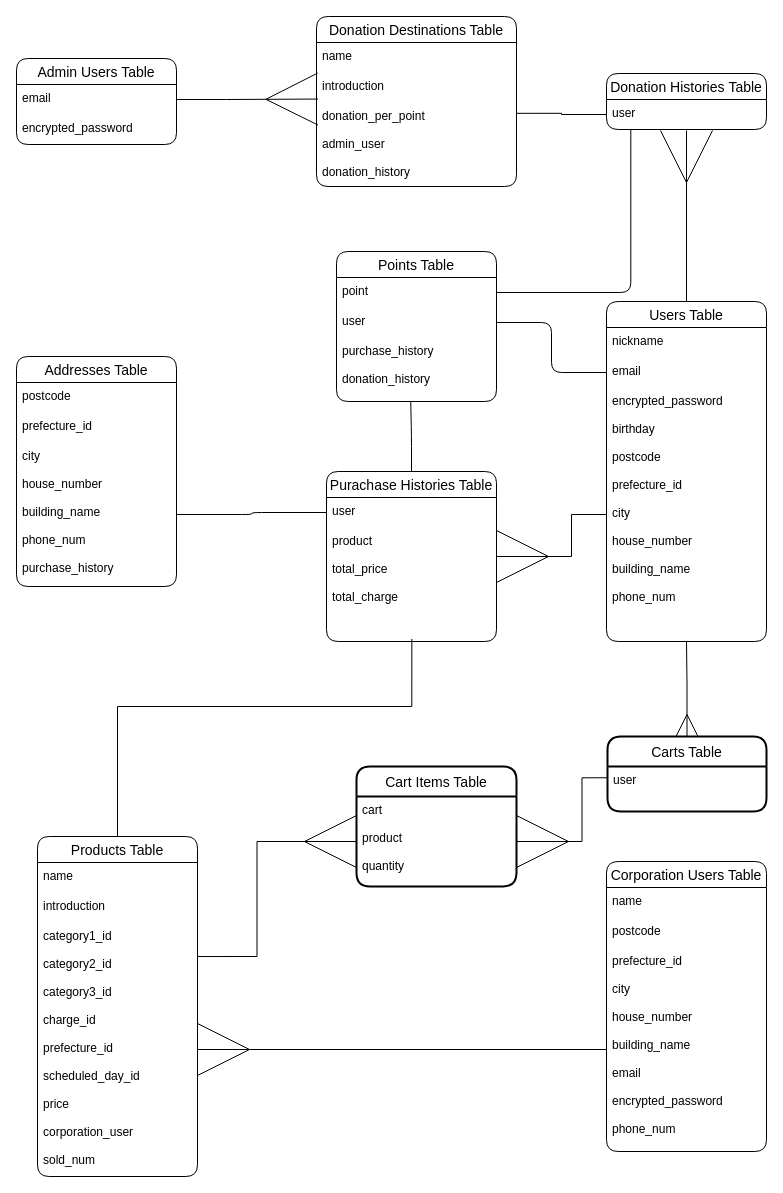
nishipee/sc_app keeps this draw.io diagram as sc.dio. Above is the earlier version. Source tidied: cells renumbered, new cells numbered last; positions are measured from the earlier drawing's top-left corner, leaving out a move shared by most shapes. Both pictures are drawn from the tidied source at 100%, with x=0, y=0 at pixel (16, 16).
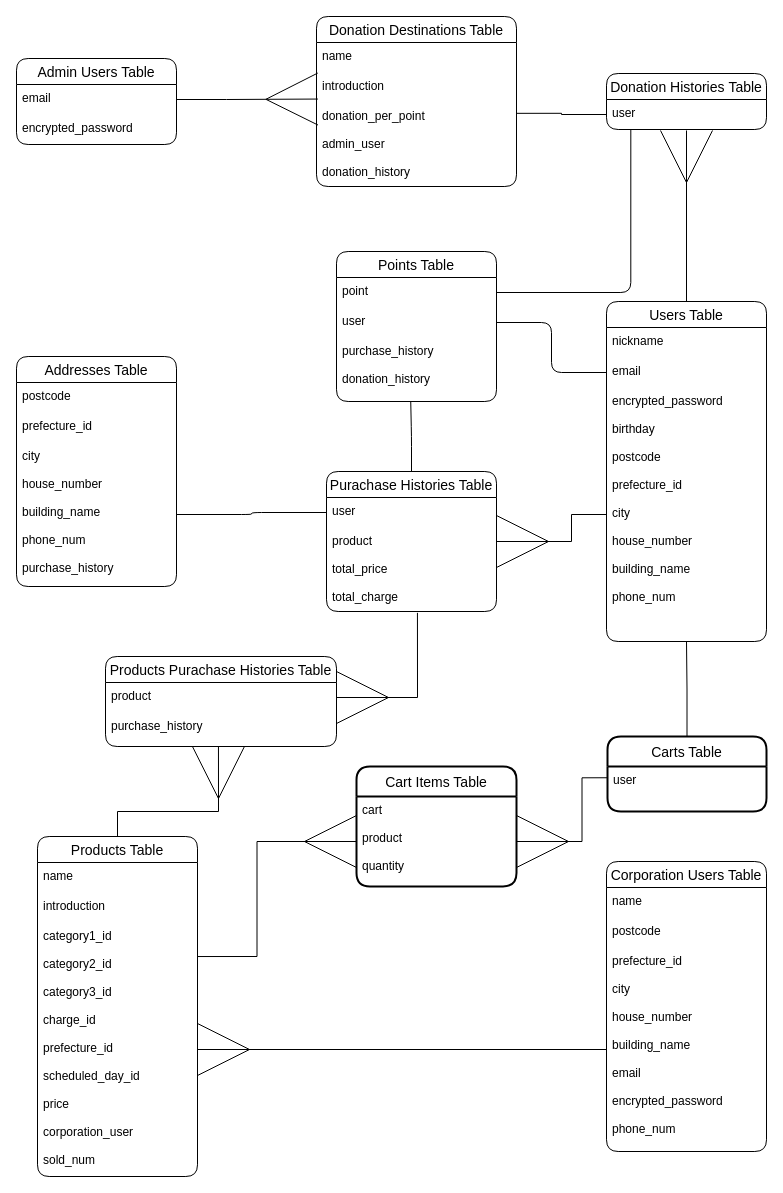
Above is the later version.

The change refers to these unchanged cells:
```xml
<mxCell id="6" value="encrypted_password&#10;&#10;birthday&#10;&#10;postcode&#10;&#10;prefecture_id&#10;&#10;city&#10;&#10;house_number&#10;&#10;building_name&#10;&#10;phone_num" style="text;strokeColor=none;fillColor=none;spacingLeft=4;spacingRight=4;overflow=hidden;points=[[0,0.5],[1,0.5]];portConstraint=eastwest;fontSize=12;" parent="3" vertex="1">
  <mxGeometry y="86" width="160" height="254" as="geometry" />
</mxCell>
<mxCell id="12" value="Products Table" style="swimlane;fontStyle=0;horizontal=1;startSize=26;align=center;fontSize=14;rounded=1;" parent="1" vertex="1">
  <mxGeometry x="21" y="820" width="160" height="340" as="geometry" />
</mxCell>
<mxCell id="45" value="Carts Table" style="swimlane;horizontal=1;startSize=30;rounded=1;fontSize=14;fontStyle=0;strokeWidth=2;shadow=0;dashed=0;align=center;" parent="1" vertex="1">
  <mxGeometry x="591" y="720" width="159" height="75" as="geometry" />
</mxCell>
```

The edit, as a diff of the source:
```diff
@@
-    <mxCell id="11" style="edgeStyle=orthogonalEdgeStyle;rounded=0;jettySize=auto;html=1;exitX=0.5;exitY=0;exitDx=0;exitDy=0;entryX=0.502;entryY=0.978;entryDx=0;entryDy=0;entryPerimeter=0;endArrow=none;endFill=0;endSize=50;" parent="1" edge="1" source="12" target="23">
-      <mxGeometry relative="1" as="geometry">
-        <Array as="points">
-          <mxPoint x="101" y="690" />
-          <mxPoint x="395" y="690" />
-        </Array>
-      </mxGeometry>
-    </mxCell>
+    <mxCell id="51" style="edgeStyle=orthogonalEdgeStyle;rounded=0;jettySize=auto;html=1;exitX=0.5;exitY=0;exitDx=0;exitDy=0;entryX=0.489;entryY=1;entryDx=0;entryDy=0;entryPerimeter=0;startArrow=none;startFill=0;endArrow=ERmany;endFill=0;endSize=50;" parent="1" edge="1" source="12" target="54">
+      <mxGeometry relative="1" as="geometry" />
+    </mxCell>
@@
     <mxCell id="21" value="Purachase Histories Table" style="swimlane;fontStyle=0;horizontal=1;startSize=26;align=center;fontSize=14;rounded=1;" parent="1" vertex="1">
-      <mxGeometry x="310" y="455" width="170" height="170" as="geometry" />
+      <mxGeometry x="310" y="455" width="170" height="140" as="geometry" />
     </mxCell>
@@
     <mxCell id="23" value="product&#10;&#10;total_price&#10;&#10;total_charge" style="text;strokeColor=none;fillColor=none;spacingLeft=4;spacingRight=4;overflow=hidden;points=[[0,0.5],[1,0.5]];portConstraint=eastwest;fontSize=12;" parent="21" vertex="1">
-      <mxGeometry y="56" width="170" height="114" as="geometry" />
+      <mxGeometry y="56" width="170" height="84" as="geometry" />
     </mxCell>
@@
-    <mxCell id="44" style="edgeStyle=orthogonalEdgeStyle;rounded=0;jettySize=auto;html=1;exitX=0.5;exitY=0;exitDx=0;exitDy=0;entryX=0.5;entryY=1;entryDx=0;entryDy=0;entryPerimeter=0;endArrow=none;endFill=0;endSize=6;strokeWidth=1;startSize=20;startArrow=ERmany;startFill=0;" parent="1" edge="1" source="45" target="6">
+    <mxCell id="44" style="edgeStyle=orthogonalEdgeStyle;rounded=0;jettySize=auto;html=1;exitX=0.5;exitY=0;exitDx=0;exitDy=0;entryX=0.5;entryY=1;entryDx=0;entryDy=0;entryPerimeter=0;endArrow=none;endFill=0;endSize=6;strokeWidth=1;startSize=20;startArrow=none;startFill=0;" parent="1" edge="1" source="45" target="6">
       <mxGeometry relative="1" as="geometry" />
     </mxCell>
@@
+    <mxCell id="52" value="Products Purachase Histories Table" style="swimlane;fontStyle=0;horizontal=1;startSize=26;align=center;fontSize=14;rounded=1;" parent="1" vertex="1">
+      <mxGeometry x="89" y="640" width="231" height="90" as="geometry" />
+    </mxCell>
+    <mxCell id="53" value="product" style="text;strokeColor=none;fillColor=none;spacingLeft=4;spacingRight=4;overflow=hidden;points=[[0,0.5],[1,0.5]];portConstraint=eastwest;fontSize=12;rounded=1;" parent="52" vertex="1">
+      <mxGeometry y="26" width="231" height="30" as="geometry" />
+    </mxCell>
+    <mxCell id="54" value="purchase_history" style="text;strokeColor=none;fillColor=none;spacingLeft=4;spacingRight=4;overflow=hidden;points=[[0,0.5],[1,0.5]];portConstraint=eastwest;fontSize=12;" parent="52" vertex="1">
+      <mxGeometry y="56" width="231" height="34" as="geometry" />
+    </mxCell>
+    <mxCell id="55" style="edgeStyle=orthogonalEdgeStyle;rounded=0;jettySize=auto;html=1;exitX=1;exitY=0.5;exitDx=0;exitDy=0;startArrow=ERmany;startFill=0;endArrow=none;endFill=0;endSize=50;startSize=50;entryX=0.535;entryY=1.016;entryDx=0;entryDy=0;entryPerimeter=0;" parent="1" edge="1" source="53" target="23">
+      <mxGeometry relative="1" as="geometry">
+        <Array as="points">
+          <mxPoint x="401" y="681" />
+        </Array>
+      </mxGeometry>
+    </mxCell>
```
